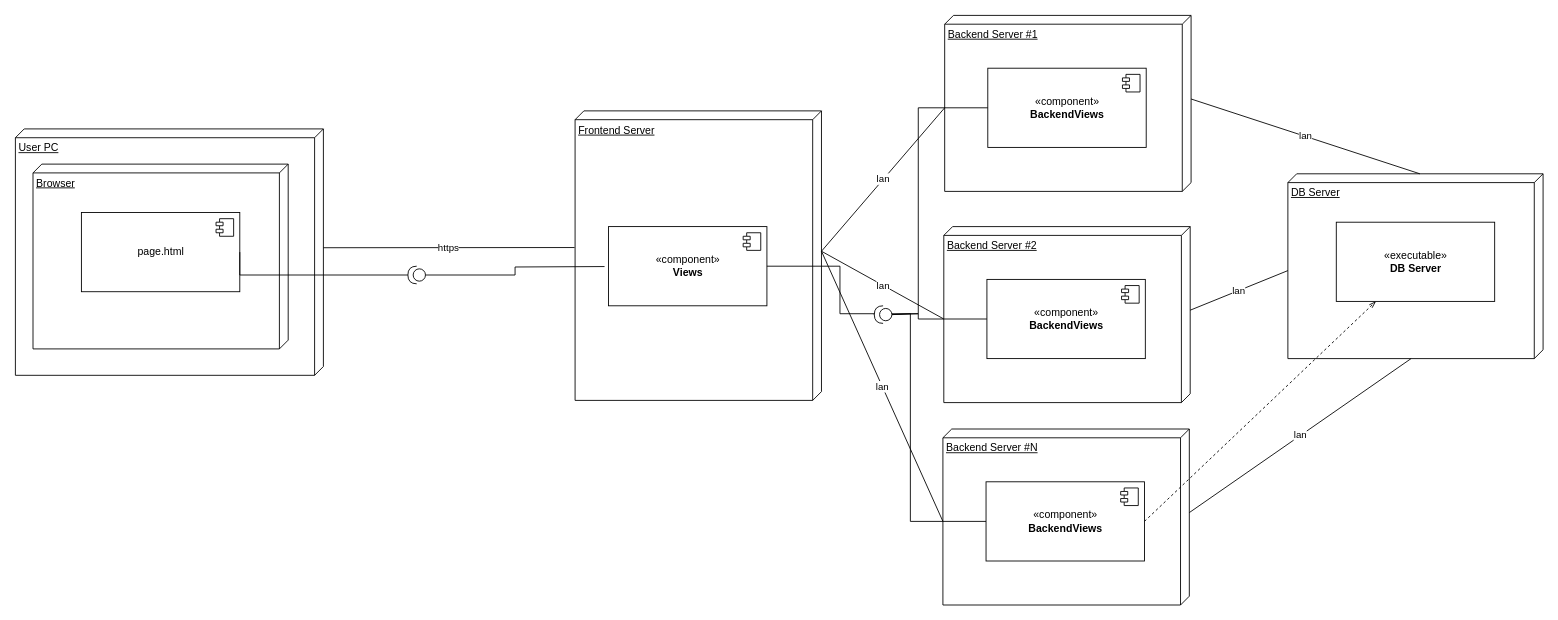
The draw.io diagram Documents/Design/ComponentsAndDeployment/components.drawio in zkud/wannait, before the edit. Source tidied: cells renumbered, new cells numbered last; positions are measured from the earlier drawing's top-left corner, leaving out a move shared by most shapes. Both pictures are drawn from the tidied source at 88%, with x=0, y=0 at pixel (15, 15).
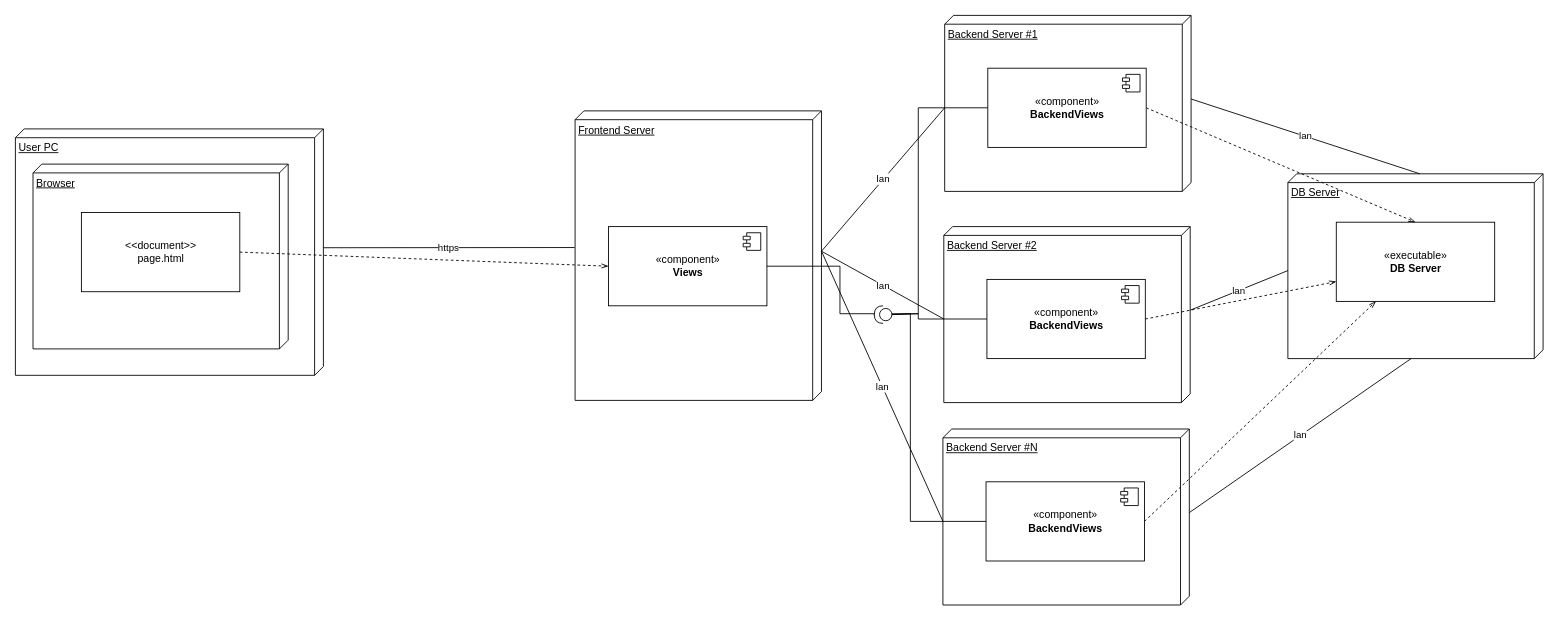
The same page after the edit.

Unchanged cells that the change refers to:
```xml
<mxCell id="8" value="«component»&lt;br&gt;&lt;b&gt;Views&lt;br&gt;&lt;/b&gt;" style="html=1;" parent="1" vertex="1">
  <mxGeometry x="674" y="240" width="180" height="90" as="geometry" />
</mxCell>
<mxCell id="11" value="&lt;div&gt;«executable»&lt;b&gt;&lt;br&gt;&lt;/b&gt;&lt;/div&gt;&lt;div&gt;&lt;b&gt;DB Server&lt;/b&gt;&lt;br&gt;&lt;/div&gt;" style="html=1;" parent="1" vertex="1">
  <mxGeometry x="1501" y="235" width="180" height="90" as="geometry" />
</mxCell>
<mxCell id="13" value="&lt;div&gt;«component»&lt;/div&gt;&lt;div&gt;&lt;b&gt;BackendViews&lt;/b&gt;&lt;br&gt;&lt;/div&gt;" style="html=1;" parent="1" vertex="1">
  <mxGeometry x="1105" y="60" width="180" height="90" as="geometry" />
</mxCell>
<mxCell id="21" value="&lt;div&gt;«component»&lt;/div&gt;&lt;div&gt;&lt;b&gt;BackendViews&lt;/b&gt;&lt;br&gt;&lt;/div&gt;" style="html=1;" parent="1" vertex="1">
  <mxGeometry x="1104" y="300" width="180" height="90" as="geometry" />
</mxCell>
```

Change to the diagram source:
```diff
@@
+    <mxCell id="37" style="edgeStyle=none;jettySize=auto;html=1;exitX=1;exitY=0.5;exitDx=0;exitDy=0;entryX=0;entryY=0.5;entryDx=0;entryDy=0;dashed=1;endArrow=openThin;endFill=0;" parent="1" edge="1" source="6" target="8">
+      <mxGeometry relative="1" as="geometry" />
+    </mxCell>
-    <mxCell id="6" value="page.html" style="html=1;" parent="1" vertex="1">
+    <mxCell id="6" value="&amp;lt;&amp;lt;document&amp;gt;&amp;gt;&lt;br&gt;&lt;div&gt;page.html&lt;/div&gt;" style="html=1;" parent="1" vertex="1">
       <mxGeometry x="75" y="224" width="180" height="90" as="geometry" />
     </mxCell>
-    <mxCell id="7" style="shape=component;jettyWidth=8;jettyHeight=4;" parent="6" vertex="1">
+    <mxCell id="7" style="shape=component;jettyWidth=8;jettyHeight=4;strokeColor=none;" parent="6" vertex="1">
       <mxGeometry x="1" width="20" height="20" relative="1" as="geometry">
         <mxPoint x="-27" y="7" as="offset" />
       </mxGeometry>
     </mxCell>
@@
+    <mxCell id="38" style="edgeStyle=none;jettySize=auto;html=1;exitX=1;exitY=0.5;exitDx=0;exitDy=0;entryX=0.5;entryY=0;entryDx=0;entryDy=0;dashed=1;endArrow=openThin;endFill=0;" parent="1" edge="1" source="13" target="11">
+      <mxGeometry relative="1" as="geometry" />
+    </mxCell>
@@
-    <mxCell id="16" style="edgeStyle=orthogonalEdgeStyle;rounded=0;jettySize=auto;html=1;exitX=1;exitY=0.5;exitDx=0;exitDy=0;exitPerimeter=0;endArrow=none;endFill=0;entryX=1;entryY=0.5;entryDx=0;entryDy=0;" parent="1" edge="1" source="18" target="6">
-      <mxGeometry relative="1" as="geometry">
-        <Array as="points">
-          <mxPoint x="255" y="295" />
-        </Array>
-      </mxGeometry>
-    </mxCell>
-    <mxCell id="17" style="edgeStyle=orthogonalEdgeStyle;rounded=0;jettySize=auto;html=1;exitX=0;exitY=0.5;exitDx=0;exitDy=0;exitPerimeter=0;entryX=0;entryY=0.5;entryDx=0;entryDy=0;endArrow=none;endFill=0;" parent="1" edge="1" source="18">
-      <mxGeometry relative="1" as="geometry">
-        <mxPoint x="669.5" y="285.4" as="targetPoint" />
-      </mxGeometry>
-    </mxCell>
-    <mxCell id="18" style="shape=providedRequiredInterface;html=1;verticalLabelPosition=bottom;rotation=-180;" parent="1" vertex="1">
-      <mxGeometry x="446" y="285" width="20" height="20" as="geometry" />
-    </mxCell>
@@
+    <mxCell id="39" style="edgeStyle=none;jettySize=auto;html=1;exitX=1;exitY=0.5;exitDx=0;exitDy=0;entryX=0;entryY=0.75;entryDx=0;entryDy=0;dashed=1;endArrow=openThin;endFill=0;" parent="1" edge="1" source="21" target="11">
+      <mxGeometry relative="1" as="geometry" />
+    </mxCell>
```
